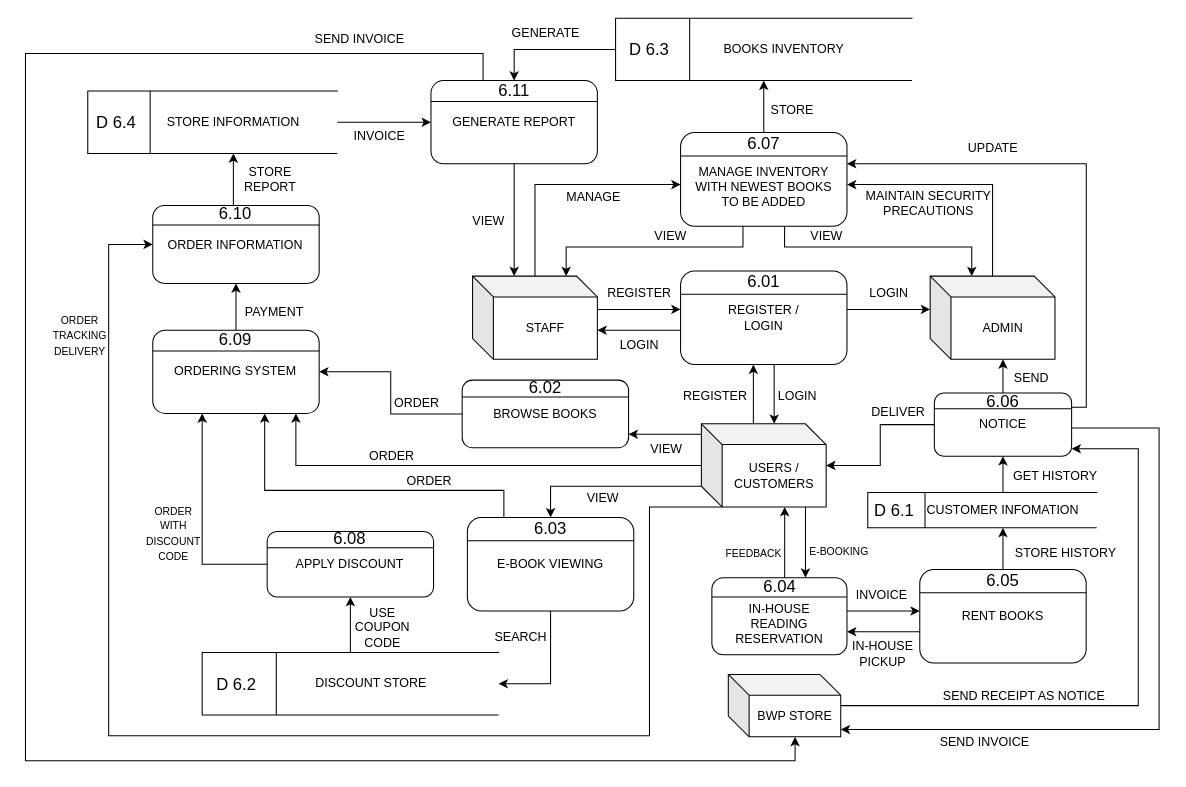
Above: page "Level 0 DFD" (11 of 13) of SYAD Data Flow Diagram .drawio in AngJianming/Bookworm-Paradise-System-Analysis-And-Design (draw.io), before the change. Source tidied: cells renumbered, new cells numbered last; positions are measured from the earlier drawing's top-left corner, leaving out a move shared by most shapes. Both pictures are drawn from the tidied source at 104%, with x=0, y=0 at pixel (25, 18).
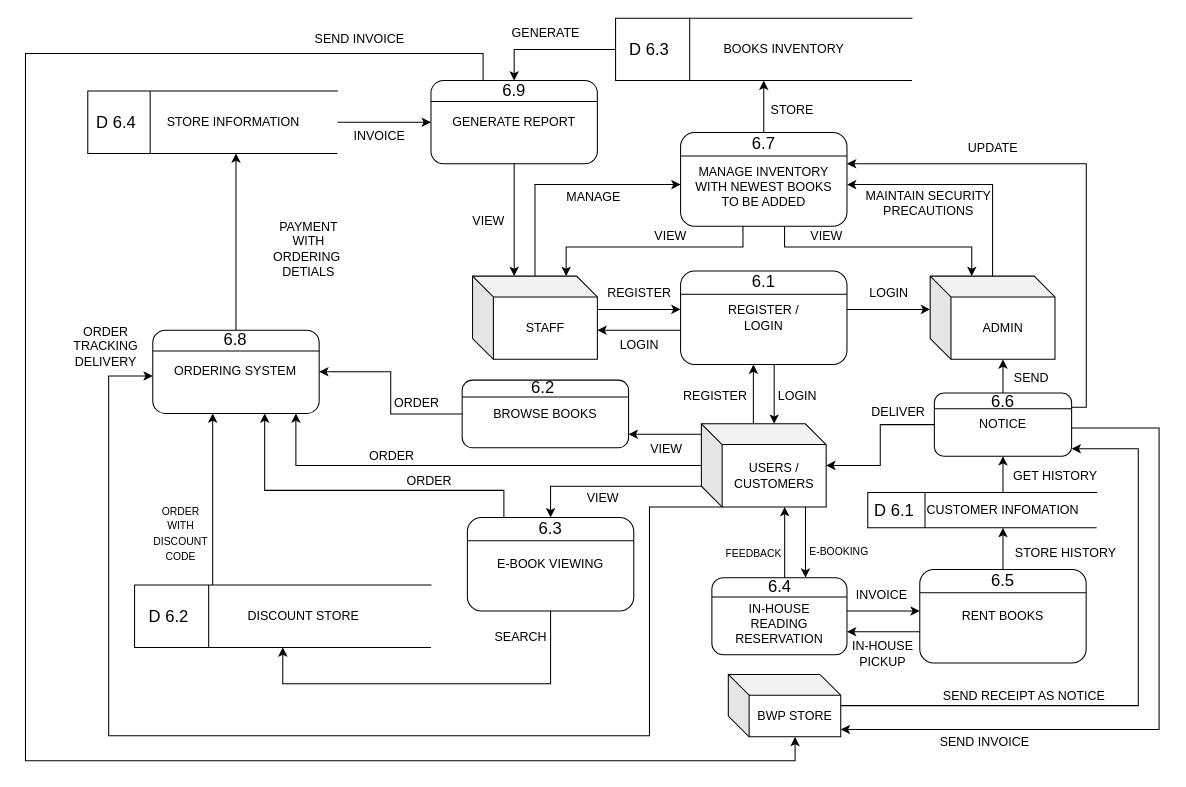
The same diagram, later.

The change refers to these unchanged cells:
```xml
<mxCell id="11" value="USERS /&lt;div&gt;CUSTOMERS&lt;/div&gt;" style="shape=cube;whiteSpace=wrap;html=1;boundedLbl=1;backgroundOutline=1;darkOpacity=0.05;darkOpacity2=0.1;" parent="1" vertex="1">
  <mxGeometry x="649.9" y="390" width="120" height="80" as="geometry" />
</mxCell>
<mxCell id="12" style="group;" parent="1" vertex="1">
  <mxGeometry x="629.9" y="243" width="160" height="90" as="geometry" />
</mxCell>
<mxCell id="26" style="group;" parent="1" vertex="1">
  <mxGeometry x="660" y="538" width="129.9" height="74" as="geometry" />
</mxCell>
<mxCell id="30" style="group;" parent="1" vertex="1">
  <mxGeometry x="859.9" y="530" width="160" height="90" as="geometry" />
</mxCell>
<mxCell id="34" style="group;" parent="1" vertex="1">
  <mxGeometry x="389.9" y="60" width="160" height="80" as="geometry" />
</mxCell>
<mxCell id="38" style="group;" parent="1" vertex="1">
  <mxGeometry x="629.9" y="110" width="160" height="90" as="geometry" />
</mxCell>
<mxCell id="55" style="group;" parent="1" vertex="1">
  <mxGeometry x="873.9" y="360" width="132" height="61.2" as="geometry" />
</mxCell>
<mxCell id="82" value="&lt;blockquote style=&quot;margin: 0 0 0 40px; border: none; padding: 0px;&quot;&gt;STORE INFORMATION&lt;/blockquote&gt;" style="shape=partialRectangle;whiteSpace=wrap;html=1;bottom=0;right=0;fillColor=none;" parent="81" vertex="1">
  <mxGeometry width="240" height="60" as="geometry" />
</mxCell>
<mxCell id="86" style="group;" parent="1" vertex="1">
  <mxGeometry x="424.9" y="480" width="160" height="90" as="geometry" />
</mxCell>
<mxCell id="90" style="group;" parent="1" vertex="1">
  <mxGeometry x="419.9" y="348" width="160" height="65" as="geometry" />
</mxCell>
<mxCell id="98" style="group;" parent="1" vertex="1">
  <mxGeometry x="122.4" y="300" width="160" height="80" as="geometry" />
</mxCell>
<mxCell id="99" value="ORDERING SYSTEM" style="rounded=1;whiteSpace=wrap;html=1;" parent="98" vertex="1">
  <mxGeometry width="160" height="80" as="geometry" />
</mxCell>
<mxCell id="115" value="&lt;blockquote style=&quot;margin: 0 0 0 40px; border: none; padding: 0px;&quot;&gt;DISCOUNT STORE&lt;/blockquote&gt;" style="shape=partialRectangle;whiteSpace=wrap;html=1;bottom=0;right=0;fillColor=none;" parent="114" vertex="1">
  <mxGeometry width="285" height="60" as="geometry" />
</mxCell>
```

Diff of the diagram source:
```diff
@@
-    <mxCell id="15" value="&lt;span style=&quot;font-size: 16px;&quot;&gt;6.01&lt;/span&gt;" style="text;html=1;align=center;verticalAlign=middle;whiteSpace=wrap;rounded=0;" parent="12" vertex="1">
+    <mxCell id="15" value="&lt;span style=&quot;font-size: 16px;&quot;&gt;6.1&lt;/span&gt;" style="text;html=1;align=center;verticalAlign=middle;whiteSpace=wrap;rounded=0;" parent="12" vertex="1">
       <mxGeometry x="50" y="0.6" width="60" height="18.5" as="geometry" />
     </mxCell>
@@
-    <mxCell id="29" value="&lt;span style=&quot;font-size: 16px;&quot;&gt;6.04&lt;/span&gt;" style="text;html=1;align=center;verticalAlign=middle;whiteSpace=wrap;rounded=0;" parent="26" vertex="1">
+    <mxCell id="29" value="&lt;span style=&quot;font-size: 16px;&quot;&gt;6.4&lt;/span&gt;" style="text;html=1;align=center;verticalAlign=middle;whiteSpace=wrap;rounded=0;" parent="26" vertex="1">
       <mxGeometry x="40.6" y="0.5" width="48.7" height="15.2" as="geometry" />
     </mxCell>
@@
-    <mxCell id="33" value="&lt;span style=&quot;font-size: 16px;&quot;&gt;6.05&lt;/span&gt;" style="text;html=1;align=center;verticalAlign=middle;whiteSpace=wrap;rounded=0;" parent="30" vertex="1">
+    <mxCell id="33" value="&lt;span style=&quot;font-size: 16px;&quot;&gt;6.5&lt;/span&gt;" style="text;html=1;align=center;verticalAlign=middle;whiteSpace=wrap;rounded=0;" parent="30" vertex="1">
       <mxGeometry x="50" y="0.6" width="60" height="18.5" as="geometry" />
     </mxCell>
@@
-    <mxCell id="37" value="&lt;span style=&quot;font-size: 16px;&quot;&gt;6.11&lt;/span&gt;" style="text;html=1;align=center;verticalAlign=middle;whiteSpace=wrap;rounded=0;" parent="34" vertex="1">
+    <mxCell id="37" value="&lt;span style=&quot;font-size: 16px;&quot;&gt;6.9&lt;/span&gt;" style="text;html=1;align=center;verticalAlign=middle;whiteSpace=wrap;rounded=0;" parent="34" vertex="1">
       <mxGeometry x="50" y="0.5" width="60" height="16.4" as="geometry" />
     </mxCell>
@@
-    <mxCell id="41" value="&lt;span style=&quot;font-size: 16px;&quot;&gt;6.07&lt;/span&gt;" style="text;html=1;align=center;verticalAlign=middle;whiteSpace=wrap;rounded=0;" parent="38" vertex="1">
+    <mxCell id="41" value="&lt;span style=&quot;font-size: 16px;&quot;&gt;6.7&lt;/span&gt;" style="text;html=1;align=center;verticalAlign=middle;whiteSpace=wrap;rounded=0;" parent="38" vertex="1">
       <mxGeometry x="50" y="0.6" width="60" height="18.5" as="geometry" />
     </mxCell>
@@
-    <mxCell id="58" value="&lt;span style=&quot;font-size: 16px;&quot;&gt;6.06&lt;/span&gt;" style="text;html=1;align=center;verticalAlign=middle;whiteSpace=wrap;rounded=0;" parent="55" vertex="1">
+    <mxCell id="58" value="&lt;span style=&quot;font-size: 16px;&quot;&gt;6.6&lt;/span&gt;" style="text;html=1;align=center;verticalAlign=middle;whiteSpace=wrap;rounded=0;" parent="55" vertex="1">
       <mxGeometry x="41.2" width="49.5" height="16" as="geometry" />
     </mxCell>
@@
-    <mxCell id="89" value="&lt;span style=&quot;font-size: 16px;&quot;&gt;6.03&lt;/span&gt;" style="text;html=1;align=center;verticalAlign=middle;whiteSpace=wrap;rounded=0;" parent="86" vertex="1">
+    <mxCell id="89" value="&lt;span style=&quot;font-size: 16px;&quot;&gt;6.3&lt;/span&gt;" style="text;html=1;align=center;verticalAlign=middle;whiteSpace=wrap;rounded=0;" parent="86" vertex="1">
       <mxGeometry x="50" y="0.6" width="60" height="18.5" as="geometry" />
     </mxCell>
@@
-    <mxCell id="93" value="&lt;span style=&quot;font-size: 16px;&quot;&gt;6.02&lt;/span&gt;" style="text;html=1;align=center;verticalAlign=middle;whiteSpace=wrap;rounded=0;" parent="90" vertex="1">
+    <mxCell id="93" value="&lt;span style=&quot;font-size: 16px;&quot;&gt;6.2&amp;nbsp;&lt;/span&gt;" style="text;html=1;align=center;verticalAlign=middle;whiteSpace=wrap;rounded=0;" parent="90" vertex="1">
       <mxGeometry x="50" y="0.4" width="60" height="13.3" as="geometry" />
     </mxCell>
-    <mxCell id="94" style="group;" parent="1" vertex="1">
-      <mxGeometry x="232.4" y="493.5" width="160" height="63" as="geometry" />
-    </mxCell>
-    <mxCell id="95" value="APPLY DISCOUNT" style="rounded=1;whiteSpace=wrap;html=1;" parent="94" vertex="1">
-      <mxGeometry width="160" height="63" as="geometry" />
-    </mxCell>
-    <mxCell id="96" style="endArrow=none;html=1;rounded=0;exitX=0;exitY=0.25;exitDx=0;exitDy=0;entryX=1;entryY=0.25;entryDx=0;entryDy=0;" parent="94" edge="1" source="95" target="95">
-      <mxGeometry relative="1" as="geometry" />
-    </mxCell>
-    <mxCell id="97" value="&lt;span style=&quot;font-size: 16px;&quot;&gt;6.08&lt;/span&gt;" style="text;html=1;align=center;verticalAlign=middle;whiteSpace=wrap;rounded=0;" parent="94" vertex="1">
-      <mxGeometry x="50" y="0.4" width="60" height="12.9" as="geometry" />
-    </mxCell>
@@
-    <mxCell id="101" value="&lt;span style=&quot;font-size: 16px;&quot;&gt;6.09&lt;/span&gt;" style="text;html=1;align=center;verticalAlign=middle;whiteSpace=wrap;rounded=0;" parent="98" vertex="1">
+    <mxCell id="101" value="&lt;span style=&quot;font-size: 16px;&quot;&gt;6.8&lt;/span&gt;" style="text;html=1;align=center;verticalAlign=middle;whiteSpace=wrap;rounded=0;" parent="98" vertex="1">
       <mxGeometry x="50" y="0.5" width="60" height="16.4" as="geometry" />
     </mxCell>
@@
-    <mxCell id="103" style="group;" parent="1" vertex="1">
-      <mxGeometry x="122.4" y="180" width="160" height="75" as="geometry" />
-    </mxCell>
-    <mxCell id="104" value="ORDER INFORMATION" style="rounded=1;whiteSpace=wrap;html=1;" parent="103" vertex="1">
-      <mxGeometry width="160" height="75" as="geometry" />
-    </mxCell>
-    <mxCell id="105" style="endArrow=none;html=1;rounded=0;exitX=0;exitY=0.25;exitDx=0;exitDy=0;entryX=1;entryY=0.25;entryDx=0;entryDy=0;" parent="103" edge="1" source="104" target="104">
-      <mxGeometry relative="1" as="geometry" />
-    </mxCell>
-    <mxCell id="106" value="&lt;span style=&quot;font-size: 16px;&quot;&gt;6.10&lt;/span&gt;" style="text;html=1;align=center;verticalAlign=middle;whiteSpace=wrap;rounded=0;" parent="103" vertex="1">
-      <mxGeometry x="50" y="0.5" width="60" height="15.4" as="geometry" />
-    </mxCell>
-    <mxCell id="107" style="edgeStyle=orthogonalEdgeStyle;rounded=0;jettySize=auto;html=1;" parent="1" edge="1" source="104" target="82">
-      <mxGeometry relative="1" as="geometry">
-        <Array as="points">
-          <mxPoint x="199.9" y="160" />
-          <mxPoint x="199.9" y="160" />
-        </Array>
-      </mxGeometry>
-    </mxCell>
-    <mxCell id="108" style="edgeStyle=orthogonalEdgeStyle;rounded=0;jettySize=auto;html=1;" parent="1" edge="1" source="99" target="104">
-      <mxGeometry relative="1" as="geometry" />
+    <mxCell id="108" style="edgeStyle=orthogonalEdgeStyle;rounded=0;jettySize=auto;html=1;" parent="1" edge="1" source="99" target="82">
+      <mxGeometry relative="1" as="geometry">
+        <Array as="points">
+          <mxPoint x="202" y="174" />
+          <mxPoint x="202" y="174" />
+        </Array>
+      </mxGeometry>
     </mxCell>
-    <mxCell id="109" value="&lt;div&gt;STORE&lt;/div&gt;REPORT" style="text;html=1;align=center;verticalAlign=middle;strokeColor=none;fillColor=none;" parent="1" vertex="1">
-      <mxGeometry x="199.9" y="135" width="70" height="40" as="geometry" />
-    </mxCell>
@@
     <mxCell id="114" style="group;" parent="1" vertex="1">
-      <mxGeometry x="169.9" y="610" width="285" height="60" as="geometry" />
+      <mxGeometry x="104.9" y="545" width="285" height="60" as="geometry" />
     </mxCell>
@@
-    <mxCell id="121" style="edgeStyle=orthogonalEdgeStyle;rounded=0;jettySize=auto;html=1;" parent="1" edge="1" source="115" target="95">
-      <mxGeometry relative="1" as="geometry" />
+    <mxCell id="121" style="edgeStyle=orthogonalEdgeStyle;rounded=0;jettySize=auto;html=1;" parent="1" edge="1" source="115" target="99">
+      <mxGeometry relative="1" as="geometry">
+        <Array as="points">
+          <mxPoint x="180" y="424" />
+          <mxPoint x="180" y="424" />
+        </Array>
+      </mxGeometry>
     </mxCell>
-    <mxCell id="122" style="edgeStyle=orthogonalEdgeStyle;rounded=0;jettySize=auto;html=1;" parent="1" edge="1" source="95" target="99">
-      <mxGeometry relative="1" as="geometry">
-        <Array as="points">
-          <mxPoint x="169.9" y="525" />
-        </Array>
-      </mxGeometry>
-    </mxCell>
-    <mxCell id="123" value="USE&lt;div&gt;COUPON&lt;/div&gt;&lt;div&gt;CODE&lt;/div&gt;" style="text;html=1;align=center;verticalAlign=middle;strokeColor=none;fillColor=none;" parent="1" vertex="1">
-      <mxGeometry x="302.9" y="556" width="80" height="60" as="geometry" />
-    </mxCell>
     <mxCell id="124" value="&lt;font style=&quot;font-size: 10px;&quot;&gt;ORDER&lt;/font&gt;&lt;div&gt;&lt;font style=&quot;font-size: 10px;&quot;&gt;WITH&lt;/font&gt;&lt;/div&gt;&lt;div&gt;&lt;font style=&quot;font-size: 10px;&quot;&gt;DISCOUNT&lt;/font&gt;&lt;/div&gt;&lt;div&gt;&lt;font style=&quot;font-size: 10px;&quot;&gt;CODE&lt;/font&gt;&lt;/div&gt;" style="text;html=1;align=center;verticalAlign=middle;strokeColor=none;fillColor=none;" parent="1" vertex="1">
-      <mxGeometry x="102" y="460" width="80" height="70" as="geometry" />
+      <mxGeometry x="109" y="460" width="80" height="70" as="geometry" />
     </mxCell>
-    <mxCell id="125" value="PAYMENT" style="text;html=1;align=center;verticalAlign=middle;strokeColor=none;fillColor=none;" parent="1" vertex="1">
-      <mxGeometry x="198.9" y="268" width="80" height="30" as="geometry" />
+    <mxCell id="125" value="PAYMENT&lt;div&gt;WITH&lt;/div&gt;&lt;div&gt;ORDERING&amp;nbsp;&lt;/div&gt;&lt;div&gt;DETIALS&lt;/div&gt;" style="text;html=1;align=center;verticalAlign=middle;strokeColor=none;fillColor=none;" parent="1" vertex="1">
+      <mxGeometry x="226.9" y="187" width="90" height="70" as="geometry" />
     </mxCell>
@@
-    <mxCell id="128" style="edgeStyle=orthogonalEdgeStyle;rounded=0;jettySize=auto;html=1;entryX=0;entryY=0;entryDx=20;entryDy=80;entryPerimeter=0;startArrow=classic;startFill=1;endArrow=none;endFill=0;" parent="1" edge="1" source="104" target="11">
+    <mxCell id="128" style="edgeStyle=orthogonalEdgeStyle;rounded=0;jettySize=auto;html=1;entryX=0;entryY=0;entryDx=20;entryDy=80;entryPerimeter=0;startArrow=classic;startFill=1;endArrow=none;endFill=0;" parent="1" edge="1" source="99" target="11">
       <mxGeometry relative="1" as="geometry">
         <Array as="points">
-          <mxPoint x="80" y="218" />
+          <mxPoint x="80" y="344" />
           <mxPoint x="80" y="690" />
           <mxPoint x="600" y="690" />
           <mxPoint x="600" y="470" />
         </Array>
       </mxGeometry>
     </mxCell>
-    <mxCell id="129" value="&lt;font style=&quot;font-size: 10px;&quot;&gt;ORDER&lt;br&gt;&lt;/font&gt;&lt;div&gt;&lt;font style=&quot;font-size: 10px;&quot;&gt;TRACKING&lt;/font&gt;&lt;/div&gt;&lt;div&gt;&lt;font style=&quot;font-size: 10px;&quot;&gt;DELIVERY&lt;/font&gt;&lt;/div&gt;" style="text;html=1;align=center;verticalAlign=middle;strokeColor=none;fillColor=none;" parent="1" vertex="1">
-      <mxGeometry x="12" y="275" width="80" height="60" as="geometry" />
+    <mxCell id="129" value="&lt;font&gt;ORDER&lt;br&gt;&lt;/font&gt;&lt;div&gt;&lt;font&gt;TRACKING&lt;/font&gt;&lt;/div&gt;&lt;div&gt;&lt;font&gt;DELIVERY&lt;/font&gt;&lt;/div&gt;" style="text;html=1;align=center;verticalAlign=middle;strokeColor=none;fillColor=none;" parent="1" vertex="1">
+      <mxGeometry x="32" y="286" width="90" height="60" as="geometry" />
     </mxCell>
```
